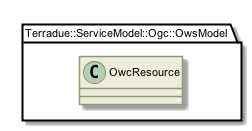
Above: _images/plantuml-d86f3d565eb533d26b97e4b12e7c727750831e1d.png in Terradue/doc-tep-geohazards-arch (PlantUML), before the change.
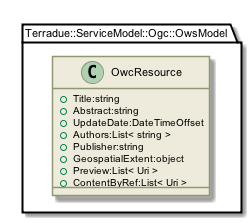
Later version of the same file.

Change to the diagram source:
```diff
@@ -139,6 +139,14 @@
 set namespaceSeparator ::
 class Terradue::ServiceModel::Ogc::OwsModel::OwcResource {
 [[../information/classes/class_terradue_1_1_service_model_1_1_ogc_1_1_ows_model_1_1_owc_resource.html]]
+ +Title:string
+ +Abstract:string
+ +UpdateDate:DateTimeOffset
+ +Authors:List< string >
+ +Publisher:string
+ +GeospatialExtent:object
+ +Preview:List< Uri >
+ +ContentByRef:List< Uri >
 }
 
 @enduml
```
